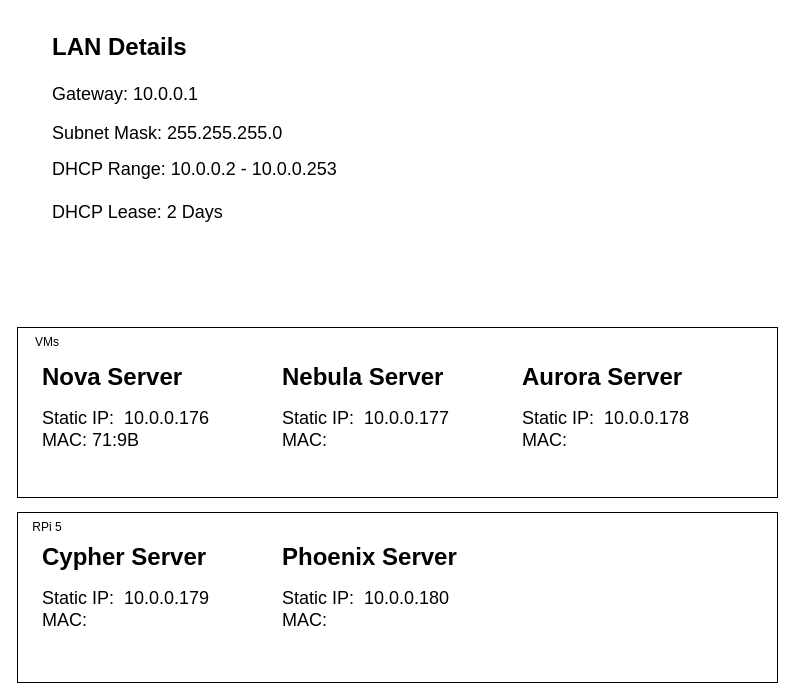
This is page "Network Setup" (2 of 3) of homelab_infra/Homlab Infra Architecture.drawio from sahmed85/homelab, a draw.io file, before an edit. Source tidied: cells renumbered, new cells numbered last; positions are measured from the earlier drawing's top-left corner, leaving out a move shared by most shapes. Both pictures are drawn from the tidied source at 100%, with x=0, y=0 at pixel (17, 27).
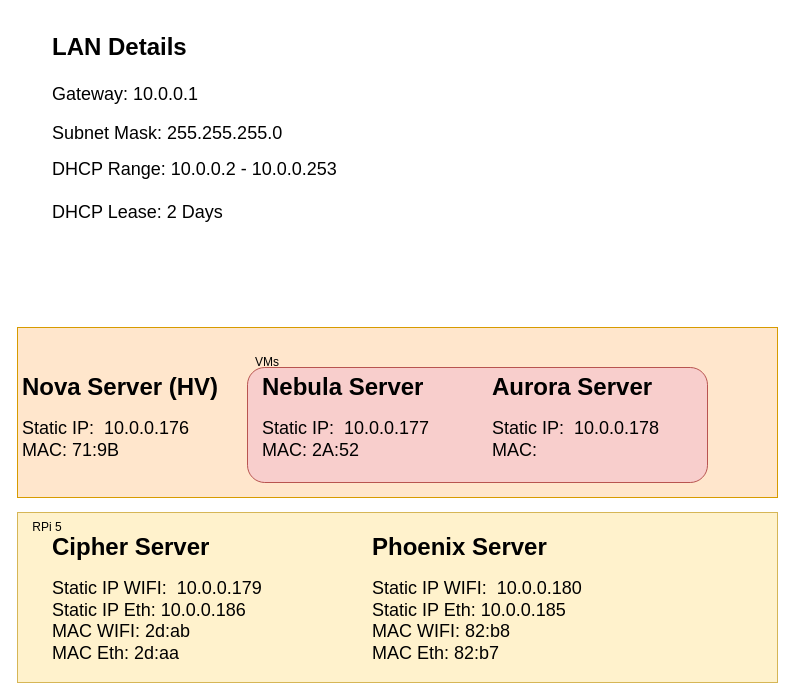
The same page after the edit.

What changed in the source:
```diff
@@
 <mxGraphModel>
   <root>
     <mxCell id="0" />
     <mxCell id="1" parent="0" />
-    <mxCell id="2" style="rounded=0;whiteSpace=wrap;html=1;" parent="1" vertex="1">
+    <mxCell id="2" style="rounded=0;whiteSpace=wrap;html=1;fillColor=#fff2cc;strokeColor=#d6b656;" parent="1" vertex="1">
       <mxGeometry y="485" width="760" height="170" as="geometry" />
     </mxCell>
-    <mxCell id="3" style="rounded=0;whiteSpace=wrap;html=1;" parent="1" vertex="1">
+    <mxCell id="3" style="rounded=0;whiteSpace=wrap;html=1;fillColor=#ffe6cc;strokeColor=#d79b00;" parent="1" vertex="1">
       <mxGeometry y="300" width="760" height="170" as="geometry" />
     </mxCell>
-    <mxCell id="4" value="&lt;h1&gt;Nova Server&lt;/h1&gt;&lt;div style=&quot;font-size: 18px;&quot;&gt;&lt;font style=&quot;font-size: 18px;&quot;&gt;Static IP:&amp;nbsp; 10.0.0.176&lt;/font&gt;&lt;/div&gt;&lt;div style=&quot;font-size: 18px;&quot;&gt;&lt;font style=&quot;font-size: 18px;&quot;&gt;MAC: 71:9B&lt;/font&gt;&lt;/div&gt;&lt;div&gt;&lt;br&gt;&lt;/div&gt;" style="text;html=1;strokeColor=none;fillColor=none;spacing=5;spacingTop=-20;whiteSpace=wrap;overflow=hidden;rounded=0;" parent="1" vertex="1">
-      <mxGeometry x="20" y="330" width="190" height="120" as="geometry" />
+    <mxCell id="4" value="&lt;h1&gt;Nova Server (HV)&lt;/h1&gt;&lt;div style=&quot;font-size: 18px;&quot;&gt;&lt;font style=&quot;font-size: 18px;&quot;&gt;Static IP:&amp;nbsp; 10.0.0.176&lt;/font&gt;&lt;/div&gt;&lt;div style=&quot;font-size: 18px;&quot;&gt;&lt;font style=&quot;font-size: 18px;&quot;&gt;MAC: 71:9B&lt;/font&gt;&lt;/div&gt;&lt;div&gt;&lt;br&gt;&lt;/div&gt;" style="text;html=1;strokeColor=none;fillColor=none;spacing=5;spacingTop=-20;whiteSpace=wrap;overflow=hidden;rounded=0;" parent="1" vertex="1">
+      <mxGeometry y="340" width="210" height="120" as="geometry" />
     </mxCell>
-    <mxCell id="5" value="&lt;h1&gt;Nebula Server&lt;/h1&gt;&lt;div style=&quot;font-size: 18px;&quot;&gt;&lt;font style=&quot;font-size: 18px;&quot;&gt;Static IP:&amp;nbsp; 10.0.0.177&lt;/font&gt;&lt;/div&gt;&lt;div style=&quot;font-size: 18px;&quot;&gt;&lt;font style=&quot;font-size: 18px;&quot;&gt;MAC:&amp;nbsp;&lt;/font&gt;&lt;/div&gt;&lt;div&gt;&lt;br&gt;&lt;/div&gt;" style="text;html=1;strokeColor=none;fillColor=none;spacing=5;spacingTop=-20;whiteSpace=wrap;overflow=hidden;rounded=0;" parent="1" vertex="1">
-      <mxGeometry x="260" y="330" width="190" height="120" as="geometry" />
-    </mxCell>
-    <mxCell id="6" value="&lt;h1&gt;Aurora Server&lt;/h1&gt;&lt;div style=&quot;font-size: 18px;&quot;&gt;&lt;font style=&quot;font-size: 18px;&quot;&gt;Static IP:&amp;nbsp; 10.0.0.178&lt;/font&gt;&lt;/div&gt;&lt;div style=&quot;font-size: 18px;&quot;&gt;&lt;font style=&quot;font-size: 18px;&quot;&gt;MAC:&lt;/font&gt;&lt;/div&gt;" style="text;html=1;strokeColor=none;fillColor=none;spacing=5;spacingTop=-20;whiteSpace=wrap;overflow=hidden;rounded=0;" parent="1" vertex="1">
-      <mxGeometry x="500" y="330" width="190" height="120" as="geometry" />
-    </mxCell>
-    <mxCell id="7" value="&lt;h1&gt;Cypher Server&lt;/h1&gt;&lt;div style=&quot;font-size: 18px;&quot;&gt;&lt;font style=&quot;font-size: 18px;&quot;&gt;Static IP:&amp;nbsp; 10.0.0.179&lt;/font&gt;&lt;/div&gt;&lt;div style=&quot;font-size: 18px;&quot;&gt;&lt;font style=&quot;font-size: 18px;&quot;&gt;MAC:&lt;/font&gt;&lt;/div&gt;&lt;div&gt;&lt;br&gt;&lt;/div&gt;" style="text;html=1;strokeColor=none;fillColor=none;spacing=5;spacingTop=-20;whiteSpace=wrap;overflow=hidden;rounded=0;" parent="1" vertex="1">
-      <mxGeometry x="20" y="510" width="190" height="120" as="geometry" />
+    <mxCell id="7" value="&lt;h1&gt;Cipher Server&lt;/h1&gt;&lt;div style=&quot;font-size: 18px;&quot;&gt;&lt;font style=&quot;font-size: 18px;&quot;&gt;Static IP WIFI:&amp;nbsp; 10.0.0.179&lt;/font&gt;&lt;/div&gt;&lt;div style=&quot;font-size: 18px;&quot;&gt;&lt;font style=&quot;font-size: 18px;&quot;&gt;Static IP Eth: 10.0.0.186&lt;/font&gt;&lt;/div&gt;&lt;div style=&quot;font-size: 18px;&quot;&gt;&lt;font style=&quot;font-size: 18px;&quot;&gt;MAC WIFI: 2d:ab&lt;/font&gt;&lt;/div&gt;&lt;div style=&quot;font-size: 18px;&quot;&gt;&lt;font style=&quot;font-size: 18px;&quot;&gt;MAC Eth: 2d:aa&lt;/font&gt;&lt;/div&gt;&lt;div&gt;&lt;br&gt;&lt;/div&gt;" style="text;html=1;strokeColor=none;fillColor=none;spacing=5;spacingTop=-20;whiteSpace=wrap;overflow=hidden;rounded=0;" parent="1" vertex="1">
+      <mxGeometry x="30" y="500" width="260" height="140" as="geometry" />
     </mxCell>
-    <mxCell id="8" value="&lt;h1&gt;Phoenix Server&lt;/h1&gt;&lt;div style=&quot;font-size: 18px;&quot;&gt;&lt;font style=&quot;font-size: 18px;&quot;&gt;Static IP:&amp;nbsp; 10.0.0.180&lt;/font&gt;&lt;/div&gt;&lt;div style=&quot;font-size: 18px;&quot;&gt;&lt;font style=&quot;font-size: 18px;&quot;&gt;MAC:&lt;/font&gt;&lt;/div&gt;&lt;div&gt;&lt;br&gt;&lt;/div&gt;" style="text;html=1;strokeColor=none;fillColor=none;spacing=5;spacingTop=-20;whiteSpace=wrap;overflow=hidden;rounded=0;" parent="1" vertex="1">
-      <mxGeometry x="260" y="510" width="190" height="120" as="geometry" />
-    </mxCell>
     <mxCell id="9" value="&lt;h1&gt;&lt;span style=&quot;background-color: initial;&quot;&gt;LAN Details&amp;nbsp;&lt;/span&gt;&lt;/h1&gt;&lt;h1&gt;&lt;span style=&quot;font-size: 18px; font-weight: 400;&quot;&gt;Gateway: 10.0.0.1&lt;/span&gt;&lt;/h1&gt;&lt;div&gt;&lt;span style=&quot;font-size: 18px; font-weight: 400;&quot;&gt;Subnet Mask: 255.255.255.0&lt;/span&gt;&lt;/div&gt;&lt;div&gt;&lt;br&gt;&lt;/div&gt;&lt;div&gt;&lt;span style=&quot;font-size: 18px;&quot;&gt;DHCP Range: 10.0.0.2 - 10.0.0.253&lt;/span&gt;&lt;/div&gt;&lt;div&gt;&lt;span style=&quot;font-size: 18px;&quot;&gt;&lt;br&gt;&lt;/span&gt;&lt;/div&gt;&lt;div&gt;&lt;span style=&quot;font-size: 18px;&quot;&gt;DHCP Lease: 2 Days&lt;/span&gt;&lt;/div&gt;" style="text;html=1;strokeColor=none;fillColor=none;spacing=5;spacingTop=-20;whiteSpace=wrap;overflow=hidden;rounded=0;" parent="1" vertex="1">
       <mxGeometry x="30" width="470" height="220" as="geometry" />
     </mxCell>
     <mxCell id="10" value="VMs" style="text;html=1;strokeColor=none;fillColor=none;align=center;verticalAlign=middle;whiteSpace=wrap;rounded=0;" parent="1" vertex="1">
-      <mxGeometry y="300" width="60" height="30" as="geometry" />
+      <mxGeometry x="220" y="320" width="60" height="30" as="geometry" />
     </mxCell>
     <mxCell id="11" value="RPi 5" style="text;html=1;strokeColor=none;fillColor=none;align=center;verticalAlign=middle;whiteSpace=wrap;rounded=0;" parent="1" vertex="1">
       <mxGeometry y="485" width="60" height="30" as="geometry" />
     </mxCell>
+    <mxCell id="12" value="&lt;h1&gt;Phoenix Server&lt;/h1&gt;&lt;div style=&quot;font-size: 18px;&quot;&gt;&lt;font style=&quot;font-size: 18px;&quot;&gt;Static IP WIFI:&amp;nbsp; 10.0.0.180&lt;/font&gt;&lt;/div&gt;&lt;div style=&quot;font-size: 18px;&quot;&gt;&lt;font style=&quot;font-size: 18px;&quot;&gt;Static IP Eth: 10.0.0.185&lt;/font&gt;&lt;/div&gt;&lt;div style=&quot;font-size: 18px;&quot;&gt;&lt;font style=&quot;font-size: 18px;&quot;&gt;MAC WIFI: 82:b8&lt;/font&gt;&lt;/div&gt;&lt;div style=&quot;font-size: 18px;&quot;&gt;&lt;font style=&quot;font-size: 18px;&quot;&gt;MAC Eth: 82:b7&lt;/font&gt;&lt;/div&gt;&lt;div&gt;&lt;br&gt;&lt;/div&gt;" style="text;html=1;strokeColor=none;fillColor=none;spacing=5;spacingTop=-20;whiteSpace=wrap;overflow=hidden;rounded=0;" parent="1" vertex="1">
+      <mxGeometry x="350" y="500" width="260" height="140" as="geometry" />
+    </mxCell>
+    <mxCell id="13" style="rounded=1;whiteSpace=wrap;html=1;fillColor=#f8cecc;strokeColor=#b85450;" parent="1" vertex="1">
+      <mxGeometry x="230" y="340" width="460" height="115" as="geometry" />
+    </mxCell>
+    <mxCell id="5" value="&lt;h1&gt;Nebula Server&lt;/h1&gt;&lt;div style=&quot;font-size: 18px;&quot;&gt;&lt;font style=&quot;font-size: 18px;&quot;&gt;Static IP:&amp;nbsp; 10.0.0.177&lt;/font&gt;&lt;/div&gt;&lt;div style=&quot;font-size: 18px;&quot;&gt;&lt;font style=&quot;font-size: 18px;&quot;&gt;MAC: 2A:52&lt;/font&gt;&lt;/div&gt;&lt;div&gt;&lt;br&gt;&lt;/div&gt;" style="text;html=1;strokeColor=none;fillColor=none;spacing=5;spacingTop=-20;whiteSpace=wrap;overflow=hidden;rounded=0;" parent="1" vertex="1">
+      <mxGeometry x="240" y="340" width="190" height="120" as="geometry" />
+    </mxCell>
+    <mxCell id="6" value="&lt;h1&gt;Aurora Server&lt;/h1&gt;&lt;div style=&quot;font-size: 18px;&quot;&gt;&lt;font style=&quot;font-size: 18px;&quot;&gt;Static IP:&amp;nbsp; 10.0.0.178&lt;/font&gt;&lt;/div&gt;&lt;div style=&quot;font-size: 18px;&quot;&gt;&lt;font style=&quot;font-size: 18px;&quot;&gt;MAC:&lt;/font&gt;&lt;/div&gt;" style="text;html=1;strokeColor=none;fillColor=none;spacing=5;spacingTop=-20;whiteSpace=wrap;overflow=hidden;rounded=0;" parent="1" vertex="1">
+      <mxGeometry x="470" y="340" width="190" height="120" as="geometry" />
+    </mxCell>
   </root>
 </mxGraphModel>
```
